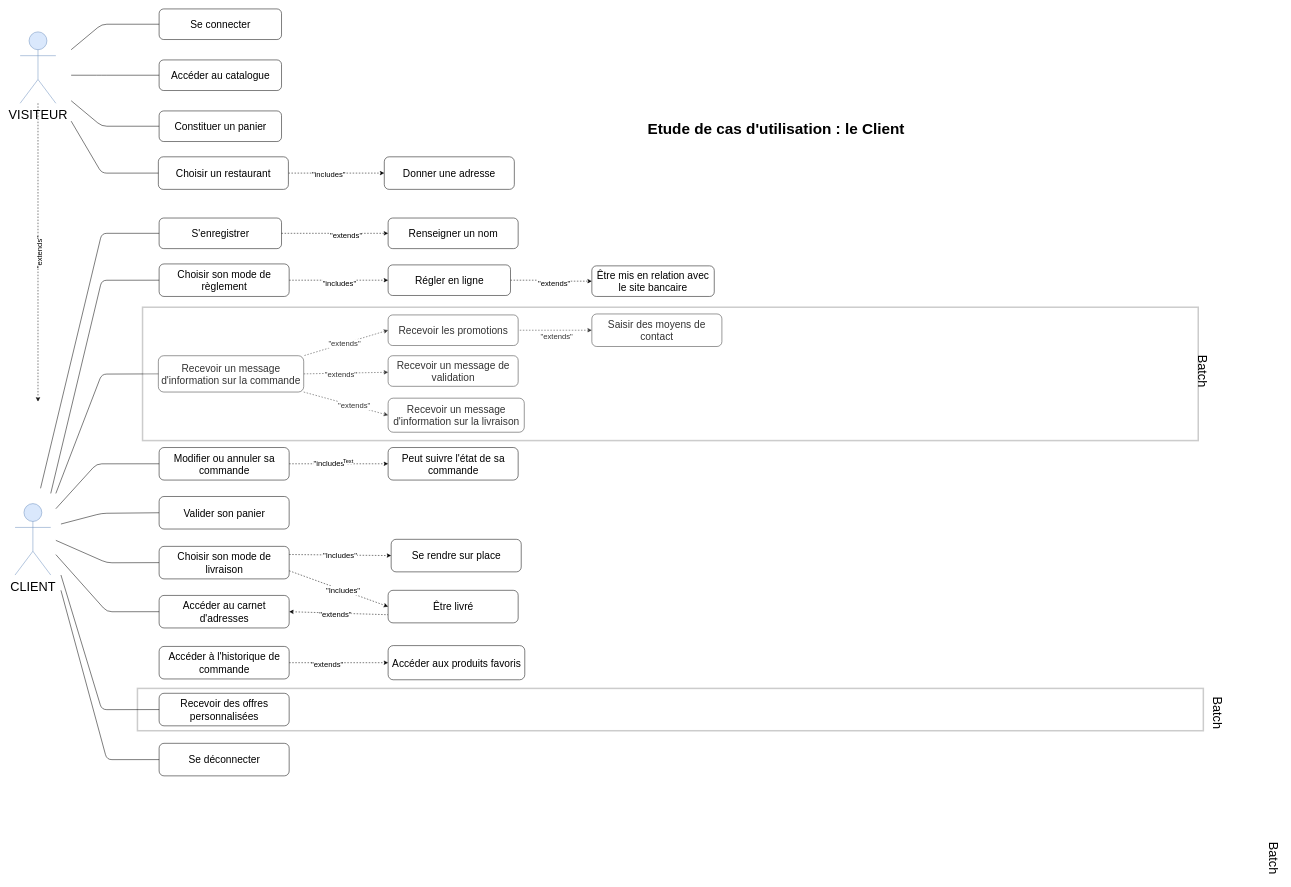
This is 1.drawio from OMorlotti/P4-analyser-les-besoin-de-mon-client-pour-son-groupe-de-pizzerias, a draw.io file, before an edit. Source tidied: cells renumbered, new cells numbered last; positions are measured from the earlier drawing's top-left corner, leaving out a move shared by most shapes. Both pictures are drawn from the tidied source at 51%, with x=0, y=0 at pixel (15, 9).
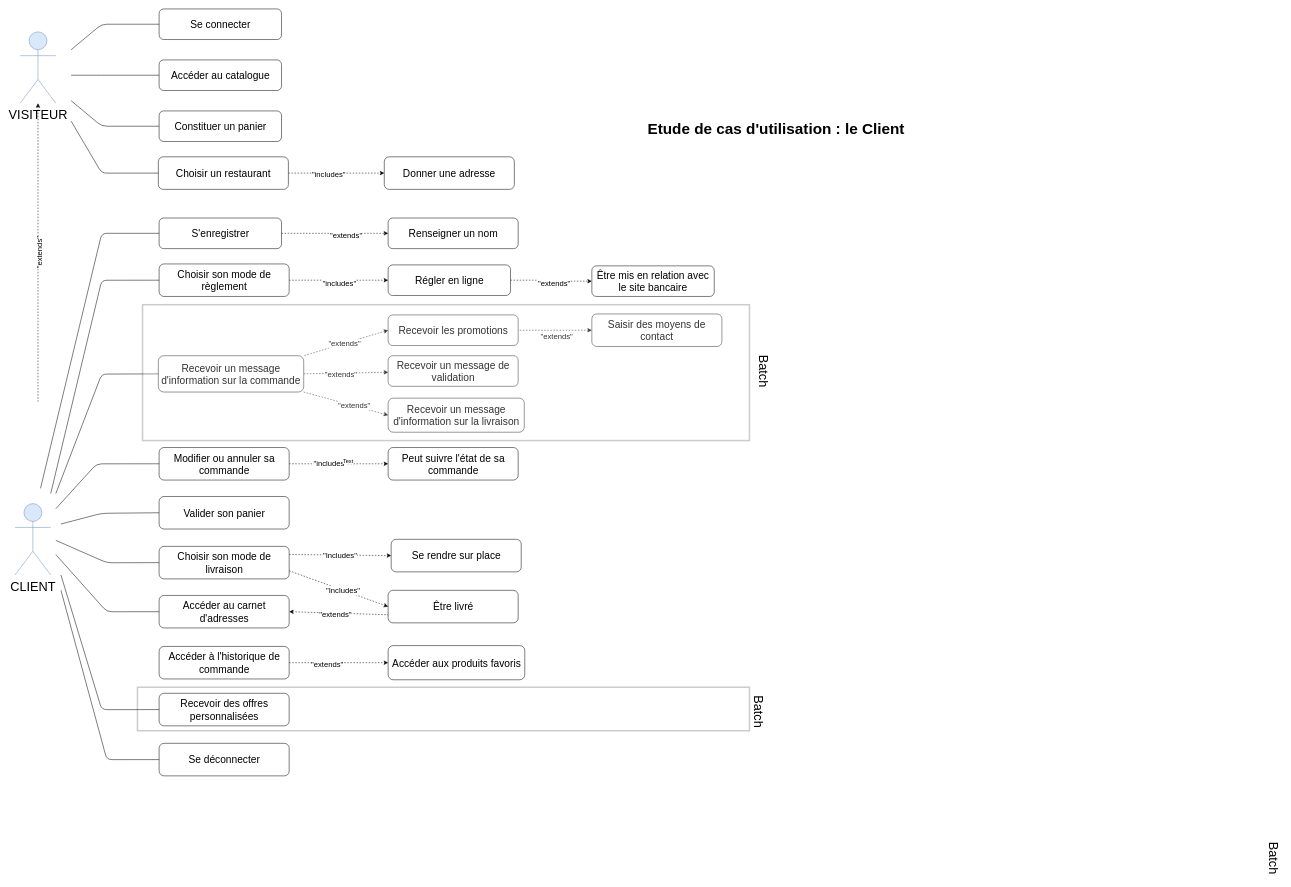
After the change.

The change refers to these unchanged cells:
```xml
<mxCell id="14" value="&lt;span style=&quot;font-size: 25px&quot;&gt;VISITEUR&lt;/span&gt;" style="shape=umlActor;verticalLabelPosition=bottom;labelBackgroundColor=#ffffff;verticalAlign=top;html=1;outlineConnect=0;fillColor=#dae8fc;strokeColor=#6c8ebf;" parent="1" vertex="1">
  <mxGeometry x="10" y="45" width="70" height="140" as="geometry" />
</mxCell>
```

Diff of the diagram source:
```diff
@@
     <mxCell id="2" style="rounded=0;whiteSpace=wrap;html=1;opacity=20;strokeWidth=3;perimeterSpacing=0;" parent="1" vertex="1">
-      <mxGeometry x="240" y="1332.3" width="2090" height="83" as="geometry" />
+      <mxGeometry x="240" y="1330" width="1200" height="85.3" as="geometry" />
     </mxCell>
@@
     <mxCell id="4" value="&lt;font style=&quot;font-size: 25px&quot;&gt;Batch&lt;/font&gt;" style="text;html=1;align=center;verticalAlign=middle;rotation=90;" parent="1" vertex="1">
-      <mxGeometry x="2320" y="1370" width="80" height="20" as="geometry" />
+      <mxGeometry x="1420" y="1367.6" width="80" height="20" as="geometry" />
     </mxCell>
@@
-    <mxCell id="15" style="endArrow=classic;html=1;dashed=1;" parent="1" edge="1" source="14">
+    <mxCell id="15" style="endArrow=none;html=1;dashed=1;startArrow=classic;startFill=1;endFill=0;" parent="1" edge="1" source="14">
       <mxGeometry relative="1" as="geometry">
         <mxPoint x="45" y="770" as="targetPoint" />
       </mxGeometry>
     </mxCell>
@@
     <mxCell id="68" style="rounded=0;whiteSpace=wrap;html=1;opacity=20;strokeWidth=3;perimeterSpacing=0;" parent="1" vertex="1">
-      <mxGeometry x="250" y="584.9" width="2070" height="261.5" as="geometry" />
+      <mxGeometry x="250" y="580" width="1190" height="266.4" as="geometry" />
     </mxCell>
@@
     <mxCell id="70" value="&lt;font style=&quot;font-size: 25px&quot;&gt;Batch&lt;/font&gt;" style="text;html=1;align=center;verticalAlign=middle;rotation=90;" parent="1" vertex="1">
-      <mxGeometry x="2290" y="700" width="80" height="20" as="geometry" />
+      <mxGeometry x="1430" y="700" width="80" height="20" as="geometry" />
     </mxCell>
```
